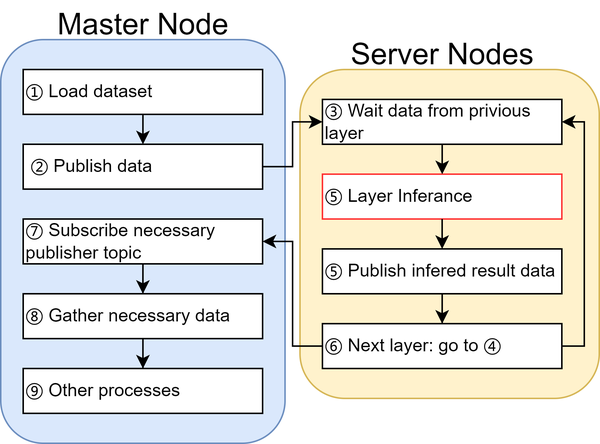
Earlier version of the draw.io export assest/6.Inference.drawio.png (dengbuqi/dffw). Source tidied: cells renumbered, new cells last; positions are measured from the earlier drawing's top-left corner, leaving out a move shared by most shapes.
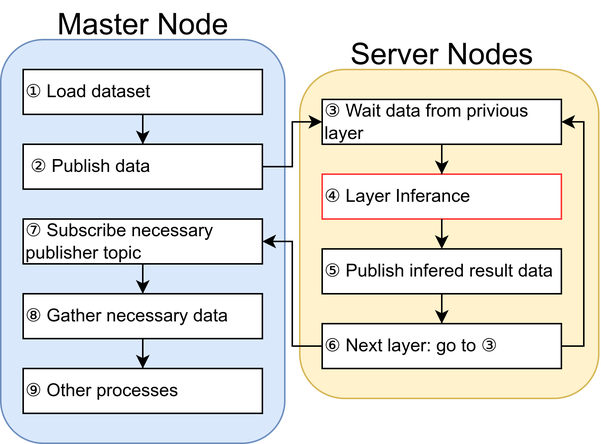
After the commit.

Diff of the diagram source:
```diff
@@ -5,7 +5,7 @@
     <mxCell id="2" style="rounded=1;whiteSpace=wrap;html=1;fillColor=#fff2cc;strokeColor=#d6b656;" parent="1" vertex="1">
       <mxGeometry x="200" y="46" width="200" height="220" as="geometry" />
     </mxCell>
-    <mxCell id="3" value="&lt;font style=&quot;font-size: 12px;&quot;&gt;⑤ Layer Inferance&lt;/font&gt;" style="rounded=0;whiteSpace=wrap;html=1;align=left;strokeColor=#FF3333;" parent="1" vertex="1">
+    <mxCell id="3" value="&lt;font style=&quot;font-size: 12px;&quot;&gt;④&amp;nbsp;Layer Inferance&lt;/font&gt;" style="rounded=0;whiteSpace=wrap;html=1;align=left;strokeColor=#FF3333;" parent="1" vertex="1">
       <mxGeometry x="215" y="116" width="160" height="30" as="geometry" />
     </mxCell>
     <mxCell id="4" style="rounded=1;whiteSpace=wrap;html=1;fillColor=#dae8fc;strokeColor=#6c8ebf;" parent="1" vertex="1">
@@ -56,7 +56,7 @@
     <mxCell id="16" style="edgeStyle=orthogonalEdgeStyle;rounded=0;jettySize=auto;html=1;entryX=1;entryY=0.5;entryDx=0;entryDy=0;" parent="1" edge="1" source="17" target="23">
       <mxGeometry relative="1" as="geometry" />
     </mxCell>
-    <mxCell id="17" value="&lt;font style=&quot;font-size: 12px;&quot;&gt;⑥ Next layer: go to&amp;nbsp;④&lt;br&gt;&lt;/font&gt;" style="rounded=0;whiteSpace=wrap;html=1;align=left;" parent="1" vertex="1">
+    <mxCell id="17" value="&lt;font style=&quot;font-size: 12px;&quot;&gt;⑥ Next layer: go to ③&lt;br&gt;&lt;/font&gt;" style="rounded=0;whiteSpace=wrap;html=1;align=left;" parent="1" vertex="1">
       <mxGeometry x="215" y="216" width="160" height="30" as="geometry" />
     </mxCell>
     <mxCell id="18" style="edgeStyle=orthogonalEdgeStyle;rounded=0;jettySize=auto;html=1;entryX=0.5;entryY=0;entryDx=0;entryDy=0;" parent="1" edge="1" target="20">
```
